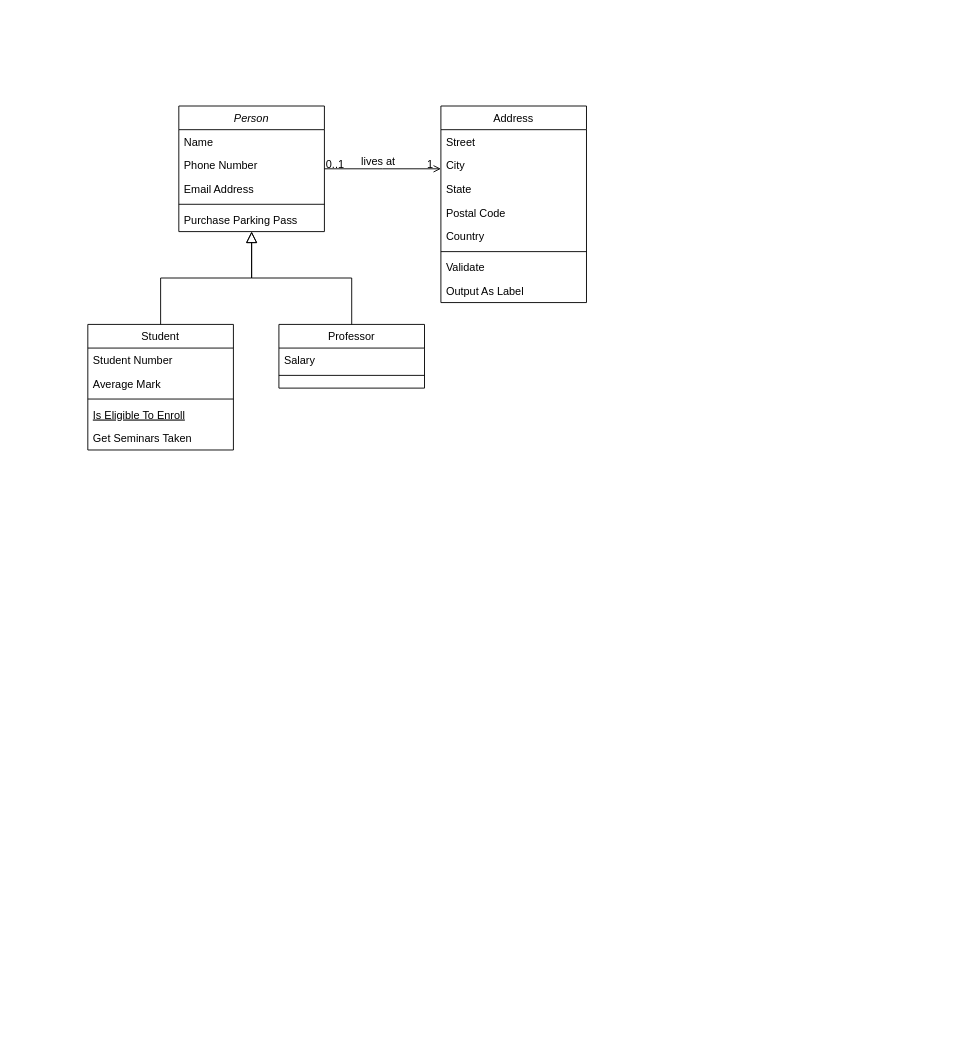
Mouanzath-IntegraCom/charts keeps this draw.io diagram as Diagramme sans nom.drawio. Above is the earlier version. Source tidied: cells renumbered, new cells numbered last; positions are measured from the earlier drawing's top-left corner, leaving out a move shared by most shapes. Both pictures are drawn from the tidied source at 91%, with x=0, y=0 at pixel (87, 106).
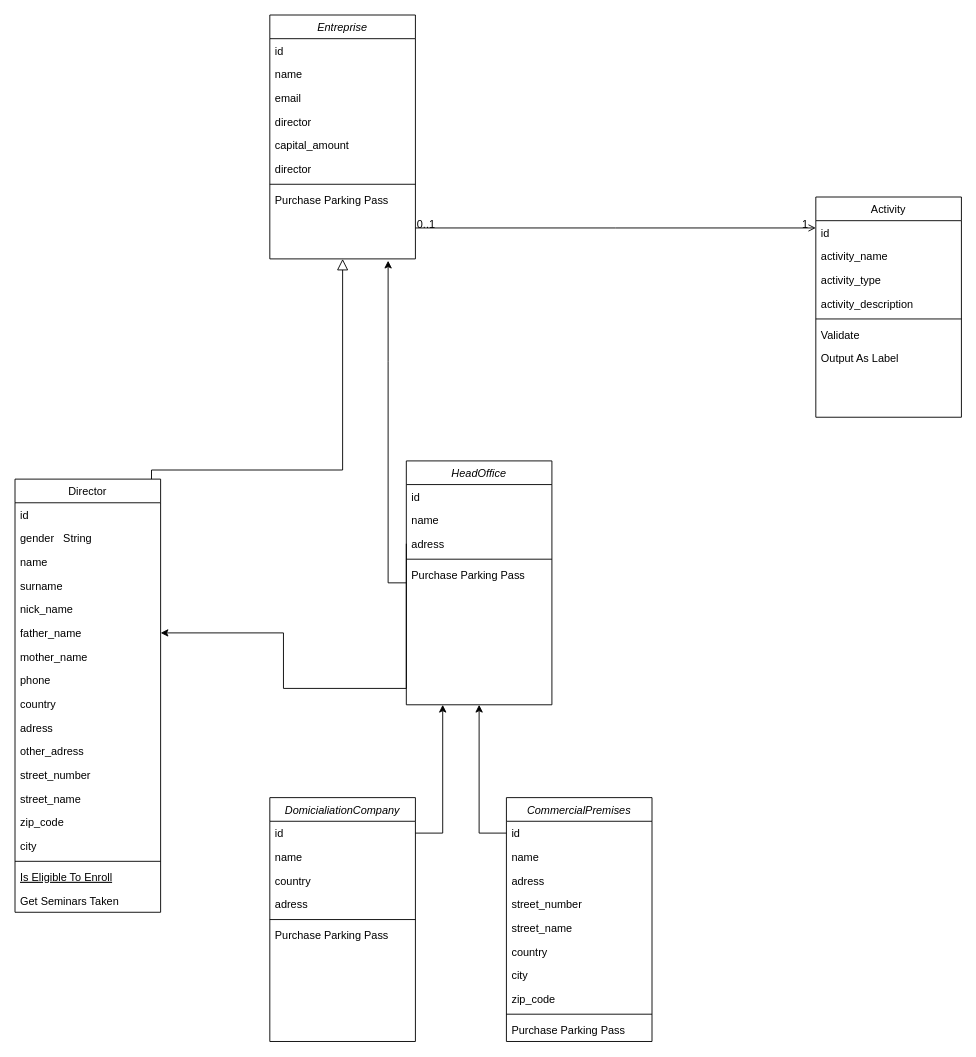
Above is the later version.

Commit message:
Mettre à jour Legihub Diagramme

The change refers to these unchanged cells:
```xml
<mxCell id="28" style="endArrow=open;shadow=0;strokeWidth=1;rounded=0;endFill=1;edgeStyle=elbowEdgeStyle;elbow=vertical;" parent="1" edge="1" source="2" target="19">
  <mxGeometry x="0.5" y="41" relative="1" as="geometry">
    <mxPoint x="-40" y="32" as="offset" />
  </mxGeometry>
</mxCell>
```

Diff of the diagram source:
```diff
@@
-    <mxCell id="2" value="Person" style="swimlane;fontStyle=2;align=center;verticalAlign=top;horizontal=1;startSize=26;rounded=0;shadow=0;strokeWidth=1;" parent="1" vertex="1">
-      <mxGeometry x="100" width="160" height="138" as="geometry" />
+    <mxCell id="2" value="Entreprise" style="swimlane;fontStyle=2;align=center;verticalAlign=top;horizontal=1;startSize=26;rounded=0;shadow=0;strokeWidth=1;" parent="1" vertex="1">
+      <mxGeometry x="200" y="-100" width="160" height="268" as="geometry" />
     </mxCell>
-    <mxCell id="3" value="Name" style="text;align=left;verticalAlign=top;spacingLeft=4;spacingRight=4;overflow=hidden;" parent="2" vertex="1">
+    <mxCell id="3" value="id" style="text;align=left;verticalAlign=top;spacingLeft=4;spacingRight=4;overflow=hidden;" parent="2" vertex="1">
       <mxGeometry y="26" width="160" height="26" as="geometry" />
     </mxCell>
-    <mxCell id="4" value="Phone Number" style="text;align=left;verticalAlign=top;spacingLeft=4;spacingRight=4;overflow=hidden;rounded=0;shadow=0;html=0;" parent="2" vertex="1">
-      <mxGeometry y="52" width="160" height="26" as="geometry" />
-    </mxCell>
+    <mxCell id="32" value="name" style="text;align=left;verticalAlign=top;spacingLeft=4;spacingRight=4;overflow=hidden;" parent="2" vertex="1">
+      <mxGeometry y="52" width="160" height="26" as="geometry" />
+    </mxCell>
-    <mxCell id="5" value="Email Address" style="text;align=left;verticalAlign=top;spacingLeft=4;spacingRight=4;overflow=hidden;rounded=0;shadow=0;html=0;" parent="2" vertex="1">
+    <mxCell id="5" value="email" style="text;align=left;verticalAlign=top;spacingLeft=4;spacingRight=4;overflow=hidden;rounded=0;shadow=0;html=0;" parent="2" vertex="1">
       <mxGeometry y="78" width="160" height="26" as="geometry" />
     </mxCell>
+    <mxCell id="33" value="director" style="text;align=left;verticalAlign=top;spacingLeft=4;spacingRight=4;overflow=hidden;rounded=0;shadow=0;html=0;" parent="2" vertex="1">
+      <mxGeometry y="104" width="160" height="26" as="geometry" />
+    </mxCell>
+    <mxCell id="34" value="capital_amount" style="text;align=left;verticalAlign=top;spacingLeft=4;spacingRight=4;overflow=hidden;rounded=0;shadow=0;html=0;" parent="2" vertex="1">
+      <mxGeometry y="130" width="160" height="26" as="geometry" />
+    </mxCell>
+    <mxCell id="35" value="director" style="text;align=left;verticalAlign=top;spacingLeft=4;spacingRight=4;overflow=hidden;rounded=0;shadow=0;html=0;" parent="2" vertex="1">
+      <mxGeometry y="156" width="160" height="26" as="geometry" />
+    </mxCell>
     <mxCell id="6" style="line;html=1;strokeWidth=1;align=left;verticalAlign=middle;spacingTop=-1;spacingLeft=3;spacingRight=3;labelPosition=right;" parent="2" vertex="1">
-      <mxGeometry y="104" width="160" height="8" as="geometry" />
+      <mxGeometry y="182" width="160" height="8" as="geometry" />
     </mxCell>
     <mxCell id="7" value="Purchase Parking Pass" style="text;align=left;verticalAlign=top;spacingLeft=4;spacingRight=4;overflow=hidden;" parent="2" vertex="1">
-      <mxGeometry y="112" width="160" height="26" as="geometry" />
+      <mxGeometry y="190" width="160" height="26" as="geometry" />
     </mxCell>
-    <mxCell id="8" value="Student" style="swimlane;fontStyle=0;align=center;verticalAlign=top;horizontal=1;startSize=26;rounded=0;shadow=0;strokeWidth=1;" parent="1" vertex="1">
-      <mxGeometry y="240" width="160" height="138" as="geometry" />
+    <mxCell id="8" value="Director" style="swimlane;fontStyle=0;align=center;verticalAlign=top;horizontal=1;startSize=26;rounded=0;shadow=0;strokeWidth=1;" parent="1" vertex="1">
+      <mxGeometry x="-80" y="410" width="160" height="476" as="geometry" />
     </mxCell>
-    <mxCell id="9" value="Student Number" style="text;align=left;verticalAlign=top;spacingLeft=4;spacingRight=4;overflow=hidden;" parent="8" vertex="1">
+    <mxCell id="9" value="id" style="text;align=left;verticalAlign=top;spacingLeft=4;spacingRight=4;overflow=hidden;" parent="8" vertex="1">
       <mxGeometry y="26" width="160" height="26" as="geometry" />
     </mxCell>
+    <mxCell id="36" value="gender   String" style="text;align=left;verticalAlign=top;spacingLeft=4;spacingRight=4;overflow=hidden;" parent="8" vertex="1">
+      <mxGeometry y="52" width="160" height="26" as="geometry" />
+    </mxCell>
-    <mxCell id="10" value="Average Mark" style="text;align=left;verticalAlign=top;spacingLeft=4;spacingRight=4;overflow=hidden;rounded=0;shadow=0;html=0;" parent="8" vertex="1">
-      <mxGeometry y="52" width="160" height="26" as="geometry" />
+    <mxCell id="10" value="name" style="text;align=left;verticalAlign=top;spacingLeft=4;spacingRight=4;overflow=hidden;rounded=0;shadow=0;html=0;" parent="8" vertex="1">
+      <mxGeometry y="78" width="160" height="26" as="geometry" />
     </mxCell>
+    <mxCell id="37" value="surname" style="text;align=left;verticalAlign=top;spacingLeft=4;spacingRight=4;overflow=hidden;rounded=0;shadow=0;html=0;" parent="8" vertex="1">
+      <mxGeometry y="104" width="160" height="26" as="geometry" />
+    </mxCell>
+    <mxCell id="38" value="nick_name" style="text;align=left;verticalAlign=top;spacingLeft=4;spacingRight=4;overflow=hidden;rounded=0;shadow=0;html=0;" parent="8" vertex="1">
+      <mxGeometry y="130" width="160" height="26" as="geometry" />
+    </mxCell>
+    <mxCell id="39" value="father_name" style="text;align=left;verticalAlign=top;spacingLeft=4;spacingRight=4;overflow=hidden;points=[[0,0.5],[1,0.5]];portConstraint=eastwest;rounded=0;shadow=0;html=0;" parent="8" vertex="1">
+      <mxGeometry y="156" width="160" height="26" as="geometry" />
+    </mxCell>
+    <mxCell id="40" value="mother_name" style="text;align=left;verticalAlign=top;spacingLeft=4;spacingRight=4;overflow=hidden;rounded=0;shadow=0;html=0;" parent="8" vertex="1">
+      <mxGeometry y="182" width="160" height="26" as="geometry" />
+    </mxCell>
+    <mxCell id="41" value="phone" style="text;align=left;verticalAlign=top;spacingLeft=4;spacingRight=4;overflow=hidden;rounded=0;shadow=0;html=0;" parent="8" vertex="1">
+      <mxGeometry y="208" width="160" height="26" as="geometry" />
+    </mxCell>
+    <mxCell id="42" value="country" style="text;align=left;verticalAlign=top;spacingLeft=4;spacingRight=4;overflow=hidden;rounded=0;shadow=0;html=0;" parent="8" vertex="1">
+      <mxGeometry y="234" width="160" height="26" as="geometry" />
+    </mxCell>
+    <mxCell id="43" value="adress" style="text;align=left;verticalAlign=top;spacingLeft=4;spacingRight=4;overflow=hidden;rounded=0;shadow=0;html=0;" parent="8" vertex="1">
+      <mxGeometry y="260" width="160" height="26" as="geometry" />
+    </mxCell>
+    <mxCell id="44" value="other_adress" style="text;align=left;verticalAlign=top;spacingLeft=4;spacingRight=4;overflow=hidden;rounded=0;shadow=0;html=0;" parent="8" vertex="1">
+      <mxGeometry y="286" width="160" height="26" as="geometry" />
+    </mxCell>
+    <mxCell id="45" value="street_number" style="text;align=left;verticalAlign=top;spacingLeft=4;spacingRight=4;overflow=hidden;rounded=0;shadow=0;html=0;" parent="8" vertex="1">
+      <mxGeometry y="312" width="160" height="26" as="geometry" />
+    </mxCell>
+    <mxCell id="46" value="street_name" style="text;align=left;verticalAlign=top;spacingLeft=4;spacingRight=4;overflow=hidden;rounded=0;shadow=0;html=0;" parent="8" vertex="1">
+      <mxGeometry y="338" width="160" height="26" as="geometry" />
+    </mxCell>
+    <mxCell id="47" value="zip_code" style="text;align=left;verticalAlign=top;spacingLeft=4;spacingRight=4;overflow=hidden;rounded=0;shadow=0;html=0;" parent="8" vertex="1">
+      <mxGeometry y="364" width="160" height="26" as="geometry" />
+    </mxCell>
+    <mxCell id="48" value="city" style="text;align=left;verticalAlign=top;spacingLeft=4;spacingRight=4;overflow=hidden;rounded=0;shadow=0;html=0;" parent="8" vertex="1">
+      <mxGeometry y="390" width="160" height="26" as="geometry" />
+    </mxCell>
     <mxCell id="11" style="line;html=1;strokeWidth=1;align=left;verticalAlign=middle;spacingTop=-1;spacingLeft=3;spacingRight=3;labelPosition=right;" parent="8" vertex="1">
-      <mxGeometry y="78" width="160" height="8" as="geometry" />
+      <mxGeometry y="416" width="160" height="8" as="geometry" />
     </mxCell>
     <mxCell id="12" value="Is Eligible To Enroll" style="text;align=left;verticalAlign=top;spacingLeft=4;spacingRight=4;overflow=hidden;fontStyle=4;" parent="8" vertex="1">
-      <mxGeometry y="86" width="160" height="26" as="geometry" />
+      <mxGeometry y="424" width="160" height="26" as="geometry" />
     </mxCell>
     <mxCell id="13" value="Get Seminars Taken" style="text;align=left;verticalAlign=top;spacingLeft=4;spacingRight=4;overflow=hidden;" parent="8" vertex="1">
-      <mxGeometry y="112" width="160" height="26" as="geometry" />
+      <mxGeometry y="450" width="160" height="26" as="geometry" />
     </mxCell>
     <mxCell id="14" style="endArrow=block;endSize=10;endFill=0;shadow=0;strokeWidth=1;rounded=0;edgeStyle=elbowEdgeStyle;elbow=vertical;" parent="1" edge="1" source="8" target="2">
-      <mxGeometry relative="1" as="geometry" />
+      <mxGeometry relative="1" as="geometry">
+        <Array as="points">
+          <mxPoint x="70" y="400" />
+        </Array>
+      </mxGeometry>
     </mxCell>
-    <mxCell id="15" value="Professor" style="swimlane;fontStyle=0;align=center;verticalAlign=top;horizontal=1;startSize=26;rounded=0;shadow=0;strokeWidth=1;" parent="1" vertex="1">
-      <mxGeometry x="210" y="240" width="160" height="70" as="geometry" />
-    </mxCell>
-    <mxCell id="16" value="Salary" style="text;align=left;verticalAlign=top;spacingLeft=4;spacingRight=4;overflow=hidden;" parent="15" vertex="1">
-      <mxGeometry y="26" width="160" height="26" as="geometry" />
-    </mxCell>
-    <mxCell id="17" style="line;html=1;strokeWidth=1;align=left;verticalAlign=middle;spacingTop=-1;spacingLeft=3;spacingRight=3;labelPosition=right;" parent="15" vertex="1">
-      <mxGeometry y="52" width="160" height="8" as="geometry" />
-    </mxCell>
-    <mxCell id="18" style="endArrow=block;endSize=10;endFill=0;shadow=0;strokeWidth=1;rounded=0;edgeStyle=elbowEdgeStyle;elbow=vertical;" parent="1" edge="1" source="15" target="2">
-      <mxGeometry relative="1" as="geometry" />
-    </mxCell>
-    <mxCell id="19" value="Address" style="swimlane;fontStyle=0;align=center;verticalAlign=top;horizontal=1;startSize=26;rounded=0;shadow=0;strokeWidth=1;" parent="1" vertex="1">
-      <mxGeometry x="388" width="160" height="216" as="geometry" />
+    <mxCell id="19" value="Activity" style="swimlane;fontStyle=0;align=center;verticalAlign=top;horizontal=1;startSize=26;rounded=0;shadow=0;strokeWidth=1;" parent="1" vertex="1">
+      <mxGeometry x="800" y="100" width="160" height="242" as="geometry" />
     </mxCell>
-    <mxCell id="20" value="Street" style="text;align=left;verticalAlign=top;spacingLeft=4;spacingRight=4;overflow=hidden;" parent="19" vertex="1">
+    <mxCell id="20" value="id" style="text;align=left;verticalAlign=top;spacingLeft=4;spacingRight=4;overflow=hidden;" parent="19" vertex="1">
       <mxGeometry y="26" width="160" height="26" as="geometry" />
     </mxCell>
-    <mxCell id="21" value="City" style="text;align=left;verticalAlign=top;spacingLeft=4;spacingRight=4;overflow=hidden;rounded=0;shadow=0;html=0;" parent="19" vertex="1">
-      <mxGeometry y="52" width="160" height="26" as="geometry" />
-    </mxCell>
-    <mxCell id="22" value="State" style="text;align=left;verticalAlign=top;spacingLeft=4;spacingRight=4;overflow=hidden;rounded=0;shadow=0;html=0;" parent="19" vertex="1">
-      <mxGeometry y="78" width="160" height="26" as="geometry" />
-    </mxCell>
-    <mxCell id="23" value="Postal Code" style="text;align=left;verticalAlign=top;spacingLeft=4;spacingRight=4;overflow=hidden;rounded=0;shadow=0;html=0;" parent="19" vertex="1">
-      <mxGeometry y="104" width="160" height="26" as="geometry" />
-    </mxCell>
-    <mxCell id="24" value="Country" style="text;align=left;verticalAlign=top;spacingLeft=4;spacingRight=4;overflow=hidden;rounded=0;shadow=0;html=0;" parent="19" vertex="1">
-      <mxGeometry y="130" width="160" height="26" as="geometry" />
-    </mxCell>
+    <mxCell id="4" value="activity_name" style="text;align=left;verticalAlign=top;spacingLeft=4;spacingRight=4;overflow=hidden;rounded=0;shadow=0;html=0;" parent="19" vertex="1">
+      <mxGeometry y="52" width="160" height="26" as="geometry" />
+    </mxCell>
+    <mxCell id="49" value="activity_type" style="text;align=left;verticalAlign=top;spacingLeft=4;spacingRight=4;overflow=hidden;rounded=0;shadow=0;html=0;" parent="19" vertex="1">
+      <mxGeometry y="78" width="160" height="26" as="geometry" />
+    </mxCell>
+    <mxCell id="50" value="activity_description" style="text;align=left;verticalAlign=top;spacingLeft=4;spacingRight=4;overflow=hidden;rounded=0;shadow=0;html=0;" parent="19" vertex="1">
+      <mxGeometry y="104" width="160" height="26" as="geometry" />
+    </mxCell>
     <mxCell id="25" style="line;html=1;strokeWidth=1;align=left;verticalAlign=middle;spacingTop=-1;spacingLeft=3;spacingRight=3;labelPosition=right;" parent="19" vertex="1">
-      <mxGeometry y="156" width="160" height="8" as="geometry" />
+      <mxGeometry y="130" width="160" height="8" as="geometry" />
     </mxCell>
     <mxCell id="26" value="Validate" style="text;align=left;verticalAlign=top;spacingLeft=4;spacingRight=4;overflow=hidden;" parent="19" vertex="1">
-      <mxGeometry y="164" width="160" height="26" as="geometry" />
+      <mxGeometry y="138" width="160" height="26" as="geometry" />
     </mxCell>
     <mxCell id="27" value="Output As Label" style="text;align=left;verticalAlign=top;spacingLeft=4;spacingRight=4;overflow=hidden;" parent="19" vertex="1">
-      <mxGeometry y="190" width="160" height="26" as="geometry" />
+      <mxGeometry y="164" width="160" height="26" as="geometry" />
     </mxCell>
@@
-    <mxCell id="31" value="lives at" style="text;html=1;align=center;verticalAlign=middle;labelBackgroundColor=none;rounded=0;shadow=0;strokeWidth=1;fontSize=12;" parent="28" vertex="1">
-      <mxGeometry x="0.5" y="49" relative="1" as="geometry">
-        <mxPoint x="-38" y="40" as="offset" />
-      </mxGeometry>
-    </mxCell>
+    <mxCell id="51" style="edgeStyle=orthogonalEdgeStyle;rounded=0;jettySize=auto;html=1;" parent="1" edge="1" source="52">
+      <mxGeometry relative="1" as="geometry">
+        <mxPoint x="330" y="170" as="targetPoint" />
+      </mxGeometry>
+    </mxCell>
+    <mxCell id="52" value="HeadOffice" style="swimlane;fontStyle=2;align=center;verticalAlign=top;horizontal=1;startSize=26;rounded=0;shadow=0;strokeWidth=1;" parent="1" vertex="1">
+      <mxGeometry x="350" y="390" width="160" height="268" as="geometry" />
+    </mxCell>
+    <mxCell id="53" value="id" style="text;align=left;verticalAlign=top;spacingLeft=4;spacingRight=4;overflow=hidden;" parent="52" vertex="1">
+      <mxGeometry y="26" width="160" height="26" as="geometry" />
+    </mxCell>
+    <mxCell id="54" value="name" style="text;align=left;verticalAlign=top;spacingLeft=4;spacingRight=4;overflow=hidden;" parent="52" vertex="1">
+      <mxGeometry y="52" width="160" height="26" as="geometry" />
+    </mxCell>
+    <mxCell id="55" value="adress" style="text;align=left;verticalAlign=top;spacingLeft=4;spacingRight=4;overflow=hidden;points=[[0,0.5],[1,0.5]];portConstraint=eastwest;rounded=0;shadow=0;html=0;" parent="52" vertex="1">
+      <mxGeometry y="78" width="160" height="26" as="geometry" />
+    </mxCell>
+    <mxCell id="56" style="line;html=1;strokeWidth=1;align=left;verticalAlign=middle;spacingTop=-1;spacingLeft=3;spacingRight=3;labelPosition=right;" parent="52" vertex="1">
+      <mxGeometry y="104" width="160" height="8" as="geometry" />
+    </mxCell>
+    <mxCell id="57" value="Purchase Parking Pass" style="text;align=left;verticalAlign=top;spacingLeft=4;spacingRight=4;overflow=hidden;" parent="52" vertex="1">
+      <mxGeometry y="112" width="160" height="26" as="geometry" />
+    </mxCell>
+    <mxCell id="58" style="edgeStyle=orthogonalEdgeStyle;rounded=0;jettySize=auto;html=1;exitX=0;exitY=0.5;exitDx=0;exitDy=0;" parent="1" edge="1" source="55" target="39">
+      <mxGeometry relative="1" as="geometry">
+        <Array as="points">
+          <mxPoint x="350" y="640" />
+          <mxPoint x="215" y="640" />
+          <mxPoint x="215" y="579" />
+        </Array>
+      </mxGeometry>
+    </mxCell>
+    <mxCell id="59" value="CommercialPremises" style="swimlane;fontStyle=2;align=center;verticalAlign=top;horizontal=1;startSize=26;rounded=0;shadow=0;strokeWidth=1;" parent="1" vertex="1">
+      <mxGeometry x="460" y="760" width="160" height="268" as="geometry" />
+    </mxCell>
+    <mxCell id="60" value="id" style="text;align=left;verticalAlign=top;spacingLeft=4;spacingRight=4;overflow=hidden;points=[[0,0.5],[1,0.5]];portConstraint=eastwest;" parent="59" vertex="1">
+      <mxGeometry y="26" width="160" height="26" as="geometry" />
+    </mxCell>
+    <mxCell id="61" value="name" style="text;align=left;verticalAlign=top;spacingLeft=4;spacingRight=4;overflow=hidden;" parent="59" vertex="1">
+      <mxGeometry y="52" width="160" height="26" as="geometry" />
+    </mxCell>
+    <mxCell id="62" value="adress" style="text;align=left;verticalAlign=top;spacingLeft=4;spacingRight=4;overflow=hidden;rounded=0;shadow=0;html=0;" parent="59" vertex="1">
+      <mxGeometry y="78" width="160" height="26" as="geometry" />
+    </mxCell>
+    <mxCell id="63" value="street_number" style="text;align=left;verticalAlign=top;spacingLeft=4;spacingRight=4;overflow=hidden;rounded=0;shadow=0;html=0;" parent="59" vertex="1">
+      <mxGeometry y="104" width="160" height="26" as="geometry" />
+    </mxCell>
+    <mxCell id="64" value="street_name" style="text;align=left;verticalAlign=top;spacingLeft=4;spacingRight=4;overflow=hidden;rounded=0;shadow=0;html=0;" parent="59" vertex="1">
+      <mxGeometry y="130" width="160" height="26" as="geometry" />
+    </mxCell>
+    <mxCell id="65" value="country" style="text;align=left;verticalAlign=top;spacingLeft=4;spacingRight=4;overflow=hidden;" parent="59" vertex="1">
+      <mxGeometry y="156" width="160" height="26" as="geometry" />
+    </mxCell>
+    <mxCell id="66" value="city" style="text;align=left;verticalAlign=top;spacingLeft=4;spacingRight=4;overflow=hidden;" parent="59" vertex="1">
+      <mxGeometry y="182" width="160" height="26" as="geometry" />
+    </mxCell>
+    <mxCell id="67" value="zip_code" style="text;align=left;verticalAlign=top;spacingLeft=4;spacingRight=4;overflow=hidden;rounded=0;shadow=0;html=0;" parent="59" vertex="1">
+      <mxGeometry y="208" width="160" height="26" as="geometry" />
+    </mxCell>
+    <mxCell id="68" style="line;html=1;strokeWidth=1;align=left;verticalAlign=middle;spacingTop=-1;spacingLeft=3;spacingRight=3;labelPosition=right;" parent="59" vertex="1">
+      <mxGeometry y="234" width="160" height="8" as="geometry" />
+    </mxCell>
+    <mxCell id="69" value="Purchase Parking Pass" style="text;align=left;verticalAlign=top;spacingLeft=4;spacingRight=4;overflow=hidden;" parent="59" vertex="1">
+      <mxGeometry y="242" width="160" height="26" as="geometry" />
+    </mxCell>
+    <mxCell id="70" value="DomicialiationCompany" style="swimlane;fontStyle=2;align=center;verticalAlign=top;horizontal=1;startSize=26;rounded=0;shadow=0;strokeWidth=1;" parent="1" vertex="1">
+      <mxGeometry x="200" y="760" width="160" height="268" as="geometry" />
+    </mxCell>
+    <mxCell id="71" value="id" style="text;align=left;verticalAlign=top;spacingLeft=4;spacingRight=4;overflow=hidden;points=[[0,0.5],[1,0.5]];portConstraint=eastwest;" parent="70" vertex="1">
+      <mxGeometry y="26" width="160" height="26" as="geometry" />
+    </mxCell>
+    <mxCell id="72" value="name" style="text;align=left;verticalAlign=top;spacingLeft=4;spacingRight=4;overflow=hidden;" parent="70" vertex="1">
+      <mxGeometry y="52" width="160" height="26" as="geometry" />
+    </mxCell>
+    <mxCell id="73" value="country" style="text;align=left;verticalAlign=top;spacingLeft=4;spacingRight=4;overflow=hidden;" parent="70" vertex="1">
+      <mxGeometry y="78" width="160" height="26" as="geometry" />
+    </mxCell>
+    <mxCell id="74" value="adress" style="text;align=left;verticalAlign=top;spacingLeft=4;spacingRight=4;overflow=hidden;rounded=0;shadow=0;html=0;" parent="70" vertex="1">
+      <mxGeometry y="104" width="160" height="26" as="geometry" />
+    </mxCell>
+    <mxCell id="75" style="line;html=1;strokeWidth=1;align=left;verticalAlign=middle;spacingTop=-1;spacingLeft=3;spacingRight=3;labelPosition=right;" parent="70" vertex="1">
+      <mxGeometry y="130" width="160" height="8" as="geometry" />
+    </mxCell>
+    <mxCell id="76" value="Purchase Parking Pass" style="text;align=left;verticalAlign=top;spacingLeft=4;spacingRight=4;overflow=hidden;" parent="70" vertex="1">
+      <mxGeometry y="138" width="160" height="26" as="geometry" />
+    </mxCell>
+    <mxCell id="77" style="edgeStyle=orthogonalEdgeStyle;rounded=0;jettySize=auto;html=1;exitX=0;exitY=0.5;exitDx=0;exitDy=0;entryX=0.5;entryY=1;entryDx=0;entryDy=0;" parent="1" edge="1" source="60" target="52">
+      <mxGeometry relative="1" as="geometry" />
+    </mxCell>
+    <mxCell id="78" style="edgeStyle=orthogonalEdgeStyle;rounded=0;jettySize=auto;html=1;exitX=1;exitY=0.5;exitDx=0;exitDy=0;entryX=0.25;entryY=1;entryDx=0;entryDy=0;" parent="1" edge="1" source="71" target="52">
+      <mxGeometry relative="1" as="geometry" />
+    </mxCell>
```
